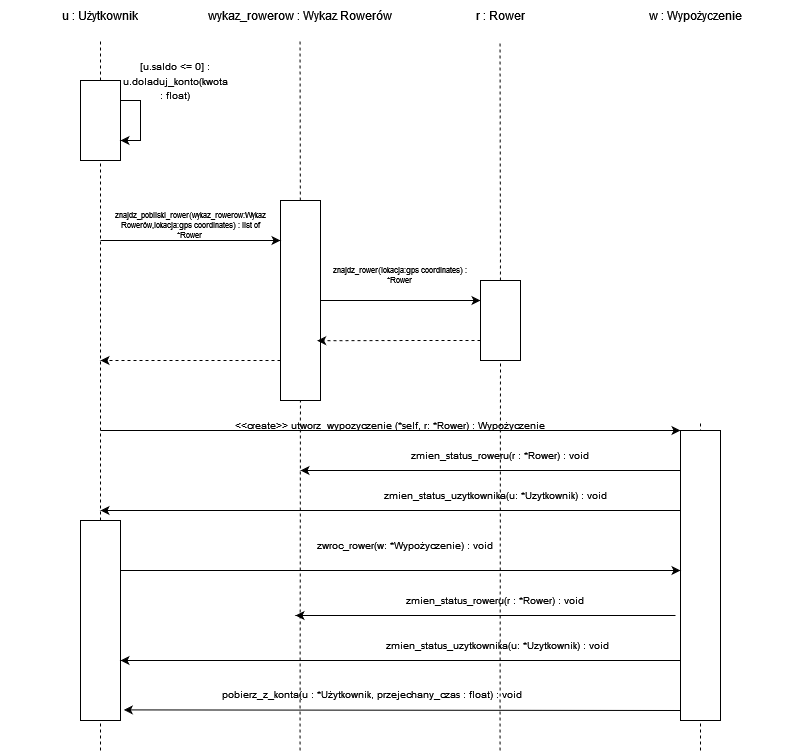
Earlier version of the draw.io export DiagramPrzebiegu.drawio.png (KarolinaPiechowicz05/2024-12-31). Source tidied: cells renumbered, new cells last; positions are measured from the earlier drawing's top-left corner, leaving out a move shared by most shapes.
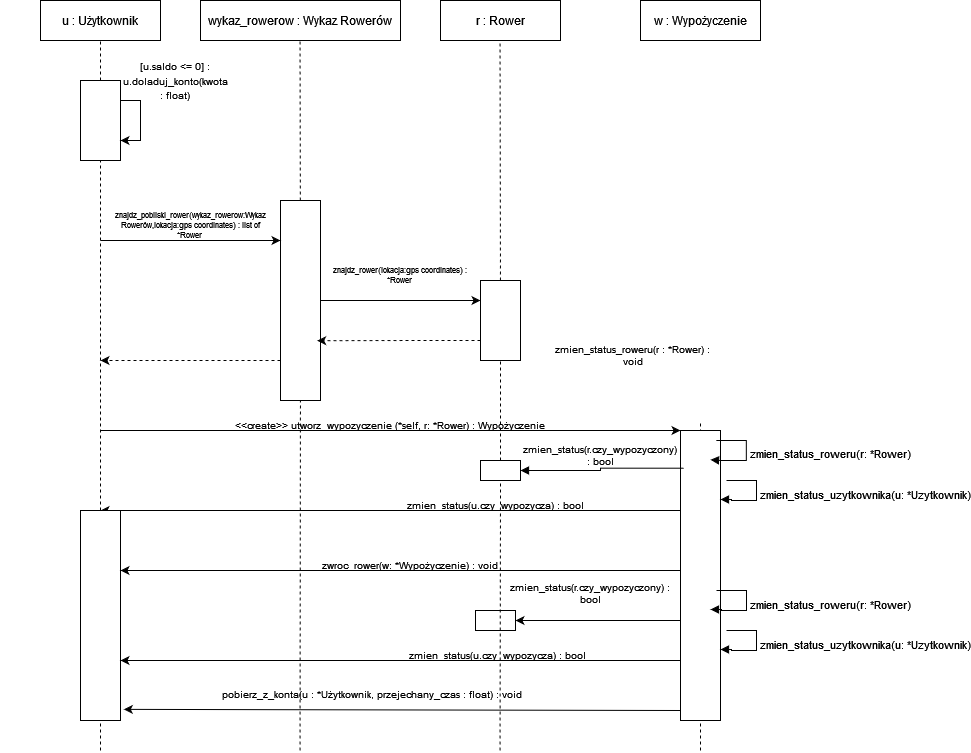
After the change.

Change to the diagram source:
```diff
@@ -3,16 +3,16 @@
     <mxCell id="0" />
     <mxCell id="1" parent="0" />
     <mxCell id="2" value="u : Użytkownik" style="text;html=1;align=center;verticalAlign=middle;whiteSpace=wrap;rounded=0;" parent="1" vertex="1">
-      <mxGeometry width="200" height="30" as="geometry" />
+      <mxGeometry width="200" height="40" as="geometry" />
     </mxCell>
     <mxCell id="3" value="wykaz_rowerow : Wykaz Rowerów" style="text;html=1;align=center;verticalAlign=middle;whiteSpace=wrap;rounded=0;" parent="1" vertex="1">
-      <mxGeometry x="200" width="200" height="30" as="geometry" />
+      <mxGeometry x="200" width="200" height="40" as="geometry" />
     </mxCell>
     <mxCell id="4" value="r : Rower" style="text;html=1;align=center;verticalAlign=middle;whiteSpace=wrap;rounded=0;" parent="1" vertex="1">
-      <mxGeometry x="400" width="200" height="30" as="geometry" />
+      <mxGeometry x="400" width="200" height="40" as="geometry" />
     </mxCell>
     <mxCell id="5" value="w : Wypożyczenie" style="text;html=1;align=center;verticalAlign=middle;whiteSpace=wrap;rounded=0;" parent="1" vertex="1">
-      <mxGeometry x="600" width="190" height="30" as="geometry" />
+      <mxGeometry x="600" width="200" height="40" as="geometry" />
     </mxCell>
     <mxCell id="6" style="endArrow=none;dashed=1;html=1;rounded=0;" parent="1" edge="1" source="11">
       <mxGeometry relative="1" as="geometry">
@@ -72,10 +72,8 @@
     <mxCell id="19" value="&lt;font&gt;znajdz_pobliski_rower(wykaz_rowerow:Wykaz Rowerów,lokacja:gps coordinates) : list of *Rower&lt;br&gt;&lt;/font&gt;" style="text;html=1;align=center;verticalAlign=middle;whiteSpace=wrap;rounded=0;fontSize=8;" parent="1" vertex="1">
       <mxGeometry x="110" y="210" width="160" height="30" as="geometry" />
     </mxCell>
-    <mxCell id="20" style="endArrow=none;dashed=1;html=1;rounded=0;" parent="1" edge="1" target="21">
-      <mxGeometry relative="1" as="geometry">
-        <mxPoint x="499.5" y="750" as="sourcePoint" />
-      </mxGeometry>
+    <mxCell id="20" style="endArrow=none;dashed=1;html=1;rounded=0;" parent="1" edge="1" source="51" target="21">
+      <mxGeometry relative="1" as="geometry" />
     </mxCell>
     <mxCell id="21" style="rounded=0;whiteSpace=wrap;html=1;" parent="1" vertex="1">
       <mxGeometry x="480" y="280" width="40" height="80" as="geometry" />
@@ -103,12 +101,6 @@
     <mxCell id="27" style="rounded=0;whiteSpace=wrap;html=1;" parent="1" vertex="1">
       <mxGeometry x="680" y="430" width="40" height="290" as="geometry" />
     </mxCell>
-    <mxCell id="28" style="endArrow=classic;html=1;rounded=0;exitX=0;exitY=0.5;exitDx=0;exitDy=0;" parent="1" edge="1">
-      <mxGeometry relative="1" as="geometry">
-        <mxPoint x="680" y="470" as="sourcePoint" />
-        <mxPoint x="300" y="470" as="targetPoint" />
-      </mxGeometry>
-    </mxCell>
     <mxCell id="29" style="endArrow=classic;html=1;rounded=0;" parent="1" edge="1">
       <mxGeometry relative="1" as="geometry">
         <mxPoint x="680" y="510" as="sourcePoint" />
@@ -116,10 +108,10 @@
       </mxGeometry>
     </mxCell>
     <mxCell id="30" value="zmien_status_roweru(r : *Rower) : void" style="text;html=1;align=center;verticalAlign=middle;whiteSpace=wrap;rounded=0;fontSize=10;" parent="1" vertex="1">
-      <mxGeometry x="315" y="440" width="370" height="30" as="geometry" />
+      <mxGeometry x="545" y="340" width="175" height="30" as="geometry" />
     </mxCell>
-    <mxCell id="31" value="zmien_status_uzytkownika(u: *Uzytkownik) : void" style="text;html=1;align=center;verticalAlign=middle;whiteSpace=wrap;rounded=0;fontSize=10;" parent="1" vertex="1">
-      <mxGeometry x="310" y="480" width="370" height="30" as="geometry" />
+    <mxCell id="31" value="zmien_status(u.czy_wypozycza) : bool" style="text;html=1;align=center;verticalAlign=middle;whiteSpace=wrap;rounded=0;fontSize=10;" parent="1" vertex="1">
+      <mxGeometry x="310" y="500" width="370" height="10" as="geometry" />
     </mxCell>
     <mxCell id="32" style="endArrow=none;dashed=1;html=1;rounded=0;" parent="1" edge="1" target="33">
       <mxGeometry relative="1" as="geometry">
@@ -127,33 +119,32 @@
       </mxGeometry>
     </mxCell>
     <mxCell id="33" style="rounded=0;whiteSpace=wrap;html=1;" parent="1" vertex="1">
-      <mxGeometry x="80" y="520" width="40" height="200" as="geometry" />
+      <mxGeometry x="80" y="510" width="40" height="210" as="geometry" />
     </mxCell>
     <mxCell id="34" style="endArrow=classic;html=1;rounded=0;" parent="1" edge="1">
       <mxGeometry relative="1" as="geometry">
-        <mxPoint x="120" y="570" as="sourcePoint" />
-        <mxPoint x="680" y="570" as="targetPoint" />
+        <mxPoint x="680" y="570" as="sourcePoint" />
+        <mxPoint x="120" y="570" as="targetPoint" />
       </mxGeometry>
     </mxCell>
     <mxCell id="35" value="zwroc_rower(w: *Wypożyczenie) : void" style="text;html=1;align=center;verticalAlign=middle;whiteSpace=wrap;rounded=0;fontSize=10;" parent="1" vertex="1">
-      <mxGeometry x="125" y="530" width="560" height="30" as="geometry" />
+      <mxGeometry x="130" y="560" width="560" height="10" as="geometry" />
     </mxCell>
-    <mxCell id="36" style="endArrow=classic;html=1;rounded=0;exitX=0;exitY=0.5;exitDx=0;exitDy=0;" parent="1" edge="1">
+    <mxCell id="36" style="endArrow=classic;html=1;rounded=0;" parent="1" edge="1" source="47">
       <mxGeometry relative="1" as="geometry">
-        <mxPoint x="675" y="615" as="sourcePoint" />
-        <mxPoint x="295" y="615" as="targetPoint" />
+        <mxPoint x="500" y="620" as="targetPoint" />
       </mxGeometry>
     </mxCell>
-    <mxCell id="37" value="zmien_status_roweru(r : *Rower) : void" style="text;html=1;align=center;verticalAlign=middle;whiteSpace=wrap;rounded=0;fontSize=10;" parent="1" vertex="1">
-      <mxGeometry x="310" y="585" width="370" height="30" as="geometry" />
+    <mxCell id="37" value="&lt;div&gt;zmien_status(r.czy_wypozyczony) : bool&lt;/div&gt;" style="text;html=1;align=center;verticalAlign=middle;whiteSpace=wrap;rounded=0;fontSize=10;" parent="1" vertex="1">
+      <mxGeometry x="500" y="585" width="180" height="15" as="geometry" />
     </mxCell>
     <mxCell id="38" style="endArrow=classic;html=1;rounded=0;exitX=1;exitY=1;exitDx=0;exitDy=0;" parent="1" edge="1" source="39">
       <mxGeometry relative="1" as="geometry">
         <mxPoint x="120" y="660" as="targetPoint" />
       </mxGeometry>
     </mxCell>
-    <mxCell id="39" value="zmien_status_uzytkownika(u: *Uzytkownik) : void" style="text;html=1;align=center;verticalAlign=middle;whiteSpace=wrap;rounded=0;fontSize=10;" parent="1" vertex="1">
-      <mxGeometry x="315" y="630" width="365" height="30" as="geometry" />
+    <mxCell id="39" value="zmien_status(u.czy_wypozycza) : bool" style="text;html=1;align=center;verticalAlign=middle;whiteSpace=wrap;rounded=0;fontSize=10;" parent="1" vertex="1">
+      <mxGeometry x="315" y="650" width="365" height="10" as="geometry" />
     </mxCell>
     <mxCell id="40" style="endArrow=classic;html=1;rounded=0;entryX=1.083;entryY=0.947;entryDx=0;entryDy=0;entryPerimeter=0;" parent="1" edge="1" target="33">
       <mxGeometry relative="1" as="geometry">
@@ -163,5 +154,85 @@
     <mxCell id="41" value="&lt;font style=&quot;font-size: 10px;&quot;&gt;pobierz_z_konta(u : *Użytkownik, przejechany_czas : float) : void&lt;/font&gt;" style="text;whiteSpace=wrap;html=1;" parent="1" vertex="1">
       <mxGeometry x="220" y="680" width="420" height="30" as="geometry" />
     </mxCell>
+    <mxCell id="42" style="rounded=0;whiteSpace=wrap;html=1;fillColor=none;" parent="1" vertex="1">
+      <mxGeometry x="40" width="120" height="40" as="geometry" />
+    </mxCell>
+    <mxCell id="43" style="rounded=0;whiteSpace=wrap;html=1;fillColor=none;" parent="1" vertex="1">
+      <mxGeometry x="200" width="200" height="40" as="geometry" />
+    </mxCell>
+    <mxCell id="44" style="rounded=0;whiteSpace=wrap;html=1;fillColor=none;" parent="1" vertex="1">
+      <mxGeometry x="440" width="120" height="40" as="geometry" />
+    </mxCell>
+    <mxCell id="45" style="rounded=0;whiteSpace=wrap;html=1;fillColor=none;" parent="1" vertex="1">
+      <mxGeometry x="640" width="120" height="40" as="geometry" />
+    </mxCell>
+    <mxCell id="46" style="endArrow=classic;html=1;rounded=0;" parent="1" edge="1" target="47">
+      <mxGeometry relative="1" as="geometry">
+        <mxPoint x="680" y="620" as="sourcePoint" />
+      </mxGeometry>
+    </mxCell>
+    <mxCell id="47" style="rounded=0;whiteSpace=wrap;html=1;" parent="1" vertex="1">
+      <mxGeometry x="475" y="610" width="40" height="20" as="geometry" />
+    </mxCell>
+    <mxCell id="48" value="zmien_status_roweru(r: *Rower)" style="html=1;align=left;spacingLeft=2;endArrow=block;rounded=0;edgeStyle=orthogonalEdgeStyle;curved=0;rounded=0;entryX=1.104;entryY=0.101;entryDx=0;entryDy=0;entryPerimeter=0;" parent="1" edge="1">
+      <mxGeometry x="0.01" relative="1" as="geometry">
+        <mxPoint x="715.8" y="440" as="sourcePoint" />
+        <mxPoint x="710" y="459.3" as="targetPoint" />
+        <Array as="points">
+          <mxPoint x="745.8" y="440" />
+          <mxPoint x="745.8" y="460" />
+          <mxPoint x="720.8" y="460" />
+        </Array>
+      </mxGeometry>
+    </mxCell>
+    <mxCell id="49" style="endArrow=block;endFill=1;html=1;edgeStyle=orthogonalEdgeStyle;align=left;verticalAlign=top;rounded=0;entryX=1;entryY=0.5;entryDx=0;entryDy=0;exitX=0.083;exitY=0.13;exitDx=0;exitDy=0;exitPerimeter=0;" parent="1" edge="1" source="27" target="51">
+      <mxGeometry x="-1" y="164" relative="1" as="geometry">
+        <mxPoint x="147" y="-92" as="offset" />
+      </mxGeometry>
+    </mxCell>
+    <mxCell id="50" style="endArrow=none;dashed=1;html=1;rounded=0;" parent="1" edge="1" target="51">
+      <mxGeometry relative="1" as="geometry">
+        <mxPoint x="499.5" y="750" as="sourcePoint" />
+      </mxGeometry>
+    </mxCell>
+    <mxCell id="51" style="rounded=0;whiteSpace=wrap;html=1;" parent="1" vertex="1">
+      <mxGeometry x="480" y="460" width="40" height="20" as="geometry" />
+    </mxCell>
+    <mxCell id="52" value="&lt;div&gt;zmien_status(r.czy_wypozyczony) : bool&lt;/div&gt;" style="text;html=1;align=center;verticalAlign=middle;whiteSpace=wrap;rounded=0;fontSize=10;" parent="1" vertex="1">
+      <mxGeometry x="520" y="440" width="160" height="30" as="geometry" />
+    </mxCell>
+    <mxCell id="53" value="zmien_status_roweru(r: *Rower)" style="html=1;align=left;spacingLeft=2;endArrow=block;rounded=0;edgeStyle=orthogonalEdgeStyle;curved=0;rounded=0;entryX=1.104;entryY=0.101;entryDx=0;entryDy=0;entryPerimeter=0;" parent="1" edge="1">
+      <mxGeometry x="0.01" relative="1" as="geometry">
+        <mxPoint x="716" y="590" as="sourcePoint" />
+        <mxPoint x="710" y="609" as="targetPoint" />
+        <Array as="points">
+          <mxPoint x="746" y="590" />
+          <mxPoint x="746" y="610" />
+          <mxPoint x="721" y="610" />
+        </Array>
+      </mxGeometry>
+    </mxCell>
+    <mxCell id="54" value="zmien_status_uzytkownika(u: *Uzytkownik)" style="html=1;align=left;spacingLeft=2;endArrow=block;rounded=0;edgeStyle=orthogonalEdgeStyle;curved=0;rounded=0;entryX=1.104;entryY=0.101;entryDx=0;entryDy=0;entryPerimeter=0;" parent="1" edge="1">
+      <mxGeometry x="0.01" relative="1" as="geometry">
+        <mxPoint x="726" y="480" as="sourcePoint" />
+        <mxPoint x="720" y="499" as="targetPoint" />
+        <Array as="points">
+          <mxPoint x="756" y="480" />
+          <mxPoint x="756" y="500" />
+          <mxPoint x="731" y="500" />
+        </Array>
+      </mxGeometry>
+    </mxCell>
+    <mxCell id="55" value="zmien_status_uzytkownika(u: *Uzytkownik)" style="html=1;align=left;spacingLeft=2;endArrow=block;rounded=0;edgeStyle=orthogonalEdgeStyle;curved=0;rounded=0;entryX=1.104;entryY=0.101;entryDx=0;entryDy=0;entryPerimeter=0;" parent="1" edge="1">
+      <mxGeometry x="0.01" relative="1" as="geometry">
+        <mxPoint x="726" y="630" as="sourcePoint" />
+        <mxPoint x="720" y="649" as="targetPoint" />
+        <Array as="points">
+          <mxPoint x="756" y="630" />
+          <mxPoint x="756" y="650" />
+          <mxPoint x="731" y="650" />
+        </Array>
+      </mxGeometry>
+    </mxCell>
   </root>
 </mxGraphModel>
```
